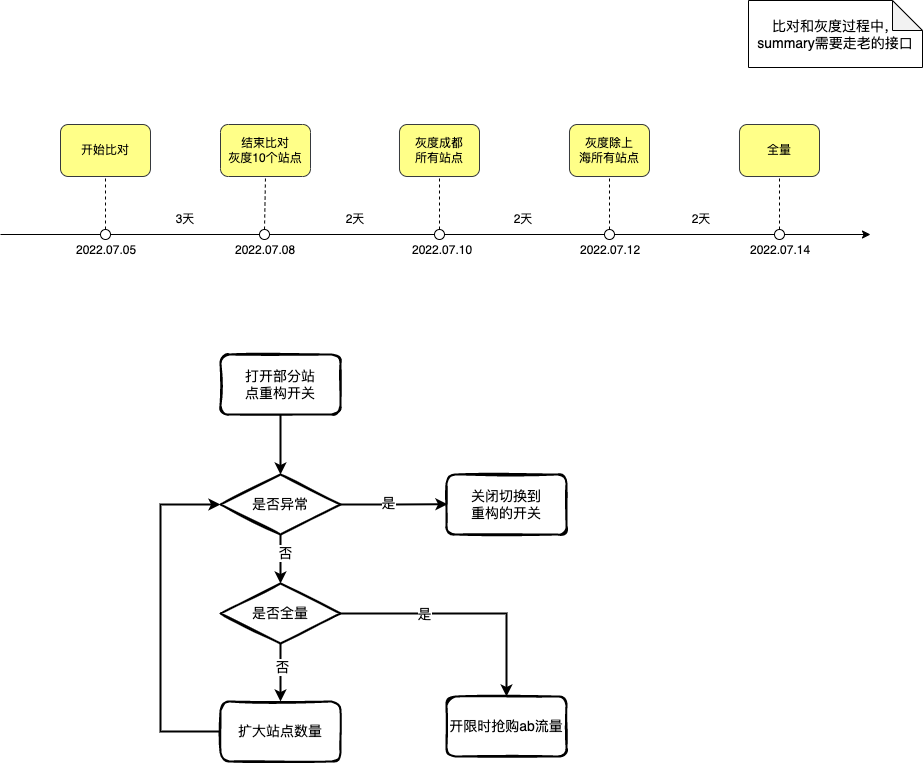
The draw.io diagram 特色专区重构灰度上线计划.png in Ant-dong/images, before a commit. Source tidied: cells renumbered, new cells last; positions are measured from the earlier drawing's top-left corner, leaving out a move shared by most shapes.
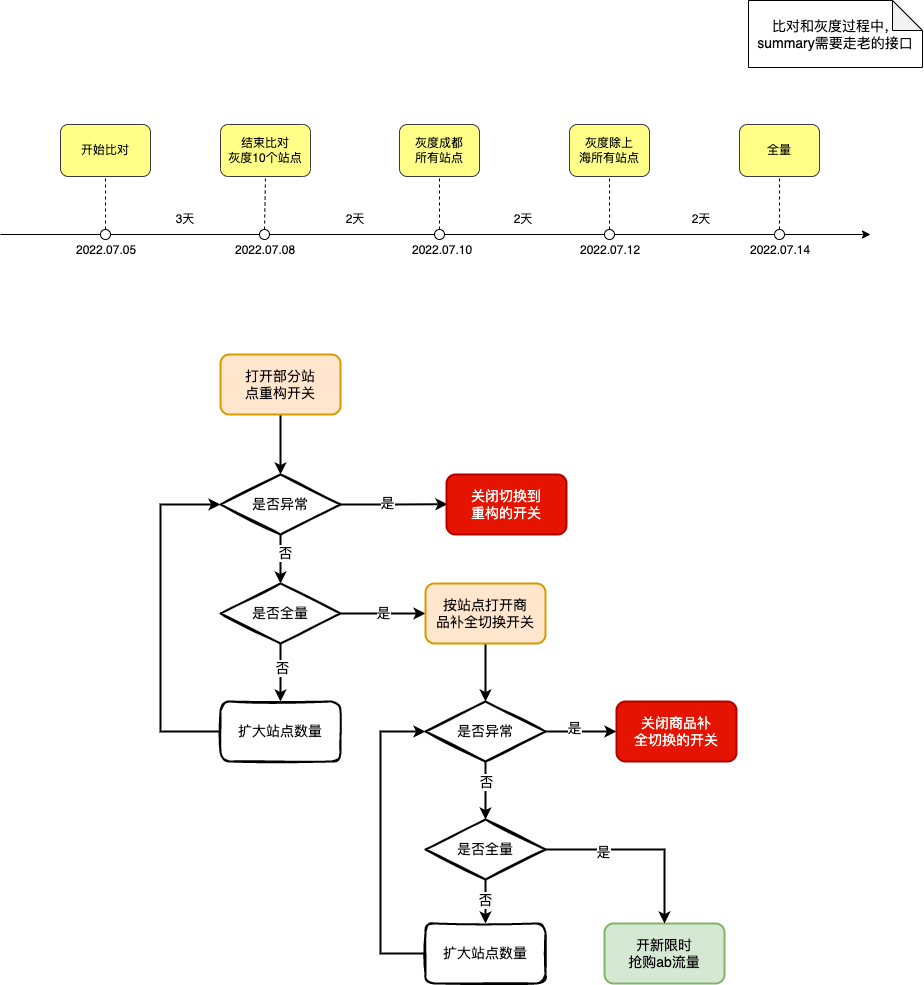
The same diagram one commit later.

Commit message:
Update 特色专区重构灰度上线计划.png

Change to the diagram source:
```diff
@@ -100,10 +100,10 @@
     <mxCell id="31" style="edgeStyle=orthogonalEdgeStyle;rounded=0;jettySize=auto;html=1;exitX=0.5;exitY=1;exitDx=0;exitDy=0;entryX=0.5;entryY=0;entryDx=0;entryDy=0;fontSize=14;strokeWidth=2;" parent="1" edge="1" source="32" target="36">
       <mxGeometry relative="1" as="geometry" />
     </mxCell>
-    <mxCell id="32" value="&lt;font style=&quot;font-size: 14px;&quot;&gt;打开部分站&lt;br&gt;点重构开关&lt;/font&gt;" style="rounded=1;whiteSpace=wrap;html=1;strokeWidth=2;fillWeight=4;hachureGap=8;hachureAngle=45;sketch=1;" parent="1" vertex="1">
+    <mxCell id="32" value="&lt;font style=&quot;font-size: 14px;&quot;&gt;打开部分站&lt;br&gt;点重构开关&lt;/font&gt;" style="rounded=1;whiteSpace=wrap;html=1;strokeWidth=2;fillWeight=4;hachureGap=8;hachureAngle=45;sketch=0;fillColor=#ffe6cc;strokeColor=#d79b00;" parent="1" vertex="1">
       <mxGeometry x="220" y="354" width="120" height="60" as="geometry" />
     </mxCell>
-    <mxCell id="33" value="关闭切换到&lt;br&gt;重构的开关" style="rounded=1;whiteSpace=wrap;html=1;strokeWidth=2;fillWeight=4;hachureGap=8;hachureAngle=45;sketch=1;fontSize=14;" parent="1" vertex="1">
+    <mxCell id="33" value="关闭切换到&lt;br&gt;重构的开关" style="rounded=1;whiteSpace=wrap;html=1;strokeWidth=2;fillWeight=4;hachureGap=8;hachureAngle=45;sketch=0;fontSize=14;fillColor=#e51400;fontColor=#ffffff;strokeColor=#B20000;" parent="1" vertex="1">
       <mxGeometry x="446" y="474" width="120" height="60" as="geometry" />
     </mxCell>
     <mxCell id="34" style="edgeStyle=orthogonalEdgeStyle;rounded=0;jettySize=auto;html=1;exitX=0.5;exitY=1;exitDx=0;exitDy=0;entryX=0.5;entryY=0;entryDx=0;entryDy=0;fontSize=14;strokeWidth=2;" parent="1" edge="1" source="36" target="44">
@@ -126,8 +126,8 @@
     <mxCell id="38" value="&lt;span style=&quot;font-size: 14px;&quot;&gt;扩大站点数量&lt;/span&gt;" style="rounded=1;whiteSpace=wrap;html=1;strokeWidth=2;fillWeight=4;hachureGap=8;hachureAngle=45;sketch=1;" parent="1" vertex="1">
       <mxGeometry x="220" y="701" width="120" height="60" as="geometry" />
     </mxCell>
-    <mxCell id="39" value="开限时抢购ab流量" style="rounded=1;whiteSpace=wrap;html=1;strokeWidth=2;fillWeight=4;hachureGap=8;hachureAngle=45;sketch=1;fontSize=14;" parent="1" vertex="1">
-      <mxGeometry x="446" y="696" width="120" height="60" as="geometry" />
+    <mxCell id="39" value="开新限时&lt;br&gt;抢购ab流量" style="rounded=1;whiteSpace=wrap;html=1;strokeWidth=2;fillWeight=4;hachureGap=8;hachureAngle=45;sketch=0;fontSize=14;fillColor=#d5e8d4;strokeColor=#82b366;" parent="1" vertex="1">
+      <mxGeometry x="604" y="923" width="120" height="60" as="geometry" />
     </mxCell>
     <mxCell id="40" style="edgeStyle=orthogonalEdgeStyle;rounded=0;jettySize=auto;html=1;exitX=0.5;exitY=1;exitDx=0;exitDy=0;entryX=0.5;entryY=0;entryDx=0;entryDy=0;fontSize=14;strokeWidth=2;" parent="1" edge="1" source="44" target="38">
       <mxGeometry relative="1" as="geometry" />
@@ -137,14 +137,58 @@
         <mxPoint y="1" as="offset" />
       </mxGeometry>
     </mxCell>
-    <mxCell id="42" style="edgeStyle=orthogonalEdgeStyle;rounded=0;jettySize=auto;html=1;exitX=1;exitY=0.5;exitDx=0;exitDy=0;entryX=0.5;entryY=0;entryDx=0;entryDy=0;fontSize=14;strokeWidth=2;" parent="1" edge="1" source="44" target="39">
+    <mxCell id="42" style="edgeStyle=orthogonalEdgeStyle;rounded=0;jettySize=auto;html=1;exitX=1;exitY=0.5;exitDx=0;exitDy=0;entryX=0.5;entryY=0;entryDx=0;entryDy=0;fontSize=14;strokeWidth=2;" parent="1" edge="1" source="56" target="39">
       <mxGeometry relative="1" as="geometry" />
     </mxCell>
-    <mxCell id="43" value="是" style="edgeLabel;html=1;align=center;verticalAlign=middle;fontSize=14;" parent="42" vertex="1">
-      <mxGeometry x="-0.34" relative="1" as="geometry" />
-    </mxCell>
+    <mxCell id="45" value="是" style="edgeLabel;html=1;align=center;verticalAlign=middle;fontSize=14;" parent="42" vertex="1">
+      <mxGeometry x="-0.41" y="-2" relative="1" as="geometry" />
+    </mxCell>
+    <mxCell id="46" value="是" style="edgeStyle=orthogonalEdgeStyle;rounded=0;jettySize=auto;html=1;exitX=1;exitY=0.5;exitDx=0;exitDy=0;entryX=0;entryY=0.5;entryDx=0;entryDy=0;fontSize=14;strokeWidth=2;" parent="1" edge="1" source="44" target="48">
+      <mxGeometry relative="1" as="geometry" />
+    </mxCell>
     <mxCell id="44" value="是否全量" style="rhombus;whiteSpace=wrap;html=1;strokeWidth=2;fillWeight=-1;hachureGap=8;fillStyle=cross-hatch;sketch=1;fontSize=14;" parent="1" vertex="1">
       <mxGeometry x="220" y="583" width="120" height="60" as="geometry" />
     </mxCell>
+    <mxCell id="47" style="edgeStyle=orthogonalEdgeStyle;rounded=0;jettySize=auto;html=1;exitX=0.5;exitY=1;exitDx=0;exitDy=0;entryX=0.5;entryY=0;entryDx=0;entryDy=0;fontSize=14;strokeWidth=2;" parent="1" edge="1" source="48" target="53">
+      <mxGeometry relative="1" as="geometry" />
+    </mxCell>
+    <mxCell id="48" value="按站点打开商&lt;br&gt;品补全切换开关" style="rounded=1;whiteSpace=wrap;html=1;strokeWidth=2;fillWeight=4;hachureGap=8;hachureAngle=45;sketch=0;fontSize=14;fillColor=#ffe6cc;strokeColor=#d79b00;" parent="1" vertex="1">
+      <mxGeometry x="425" y="583" width="120" height="60" as="geometry" />
+    </mxCell>
+    <mxCell id="49" style="edgeStyle=orthogonalEdgeStyle;rounded=0;jettySize=auto;html=1;exitX=1;exitY=0.5;exitDx=0;exitDy=0;entryX=0;entryY=0.5;entryDx=0;entryDy=0;fontSize=14;strokeWidth=2;" parent="1" edge="1" source="53" target="54">
+      <mxGeometry relative="1" as="geometry" />
+    </mxCell>
+    <mxCell id="50" value="是" style="edgeLabel;html=1;align=center;verticalAlign=middle;fontSize=14;" parent="49" vertex="1">
+      <mxGeometry x="-0.19" y="4" relative="1" as="geometry" />
+    </mxCell>
+    <mxCell id="51" style="edgeStyle=orthogonalEdgeStyle;rounded=0;jettySize=auto;html=1;exitX=0.5;exitY=1;exitDx=0;exitDy=0;entryX=0.5;entryY=0;entryDx=0;entryDy=0;fontSize=14;strokeWidth=2;" parent="1" edge="1" source="53" target="56">
+      <mxGeometry relative="1" as="geometry" />
+    </mxCell>
+    <mxCell id="52" value="否" style="edgeLabel;html=1;align=center;verticalAlign=middle;fontSize=14;" parent="51" vertex="1">
+      <mxGeometry x="-0.31" relative="1" as="geometry" />
+    </mxCell>
+    <mxCell id="53" value="是否异常" style="rhombus;whiteSpace=wrap;html=1;strokeWidth=2;fillWeight=-1;hachureGap=8;fillStyle=cross-hatch;sketch=1;fontSize=14;" parent="1" vertex="1">
+      <mxGeometry x="425" y="701" width="120" height="60" as="geometry" />
+    </mxCell>
+    <mxCell id="54" value="关闭商品补&lt;br&gt;全切换的开关" style="rounded=1;whiteSpace=wrap;html=1;strokeWidth=2;fillWeight=4;hachureGap=8;hachureAngle=45;sketch=0;fontSize=14;fillColor=#e51400;fontColor=#ffffff;strokeColor=#B20000;" parent="1" vertex="1">
+      <mxGeometry x="616" y="701" width="120" height="60" as="geometry" />
+    </mxCell>
+    <mxCell id="55" value="否" style="edgeStyle=orthogonalEdgeStyle;rounded=0;jettySize=auto;html=1;exitX=0.5;exitY=1;exitDx=0;exitDy=0;entryX=0.5;entryY=0;entryDx=0;entryDy=0;fontSize=14;strokeWidth=2;" parent="1" edge="1" source="56" target="58">
+      <mxGeometry relative="1" as="geometry" />
+    </mxCell>
+    <mxCell id="56" value="是否全量" style="rhombus;whiteSpace=wrap;html=1;strokeWidth=2;fillWeight=-1;hachureGap=8;fillStyle=cross-hatch;sketch=1;fontSize=14;" parent="1" vertex="1">
+      <mxGeometry x="425" y="819" width="120" height="60" as="geometry" />
+    </mxCell>
+    <mxCell id="57" style="edgeStyle=orthogonalEdgeStyle;rounded=0;jettySize=auto;html=1;exitX=0;exitY=0.5;exitDx=0;exitDy=0;entryX=0;entryY=0.5;entryDx=0;entryDy=0;fontSize=14;strokeWidth=2;" parent="1" edge="1" source="58" target="53">
+      <mxGeometry relative="1" as="geometry">
+        <Array as="points">
+          <mxPoint x="380" y="953" />
+          <mxPoint x="380" y="731" />
+        </Array>
+      </mxGeometry>
+    </mxCell>
+    <mxCell id="58" value="&lt;span style=&quot;font-size: 14px;&quot;&gt;扩大站点数量&lt;/span&gt;" style="rounded=1;whiteSpace=wrap;html=1;strokeWidth=2;fillWeight=4;hachureGap=8;hachureAngle=45;sketch=1;" parent="1" vertex="1">
+      <mxGeometry x="425" y="923" width="120" height="60" as="geometry" />
+    </mxCell>
   </root>
 </mxGraphModel>
```
